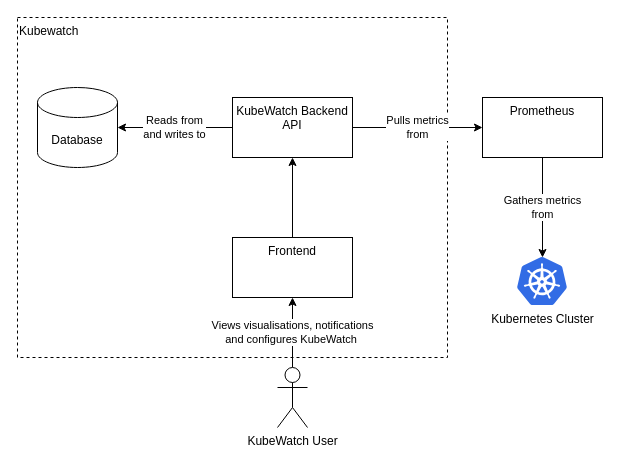
The draw.io diagram Documentation/src/02_product-documentation/Container_diagram.drawio in KubeWatch-Monitoring/KubeWatch, before the edit. Source tidied: cells renumbered, new cells numbered last; positions are measured from the earlier drawing's top-left corner, leaving out a move shared by most shapes. Both pictures are drawn from the tidied source at 100%, with x=0, y=0 at pixel (17, 17).
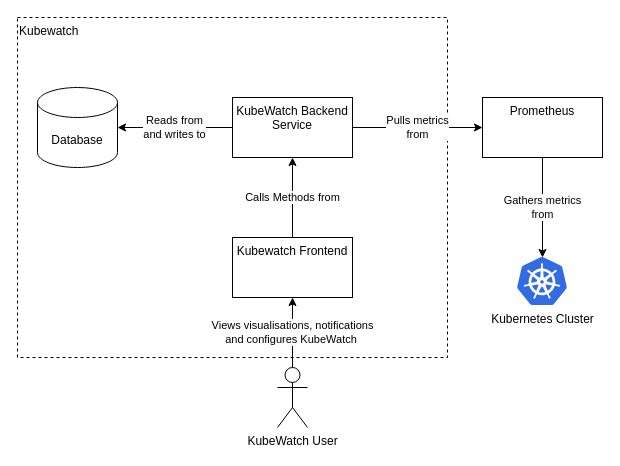
The same page after the edit.

Commit message (it also covers changes not shown here):
Change container-diagram for architecture

The edit, as a diff of the source:
```diff
@@
 <mxGraphModel>
   <root>
     <mxCell id="0" />
     <mxCell id="1" parent="0" />
     <mxCell id="2" value="Kubewatch" style="rounded=0;whiteSpace=wrap;html=1;dashed=1;fillColor=none;align=left;verticalAlign=top;" parent="1" vertex="1">
       <mxGeometry width="430" height="340" as="geometry" />
     </mxCell>
     <mxCell id="3" value="Views visualisations, notifications&lt;br&gt;and configures KubeWatch&amp;nbsp;" style="edgeStyle=orthogonalEdgeStyle;rounded=0;jettySize=auto;html=1;" parent="1" edge="1" source="4" target="11">
       <mxGeometry relative="1" as="geometry" />
     </mxCell>
     <mxCell id="4" value="KubeWatch User" style="shape=umlActor;verticalLabelPosition=bottom;verticalAlign=top;html=1;outlineConnect=0;" parent="1" vertex="1">
       <mxGeometry x="260" y="350" width="30" height="60" as="geometry" />
     </mxCell>
     <mxCell id="5" value="Pulls metrics&lt;br&gt;from" style="edgeStyle=orthogonalEdgeStyle;rounded=0;jettySize=auto;html=1;" parent="1" edge="1" source="6" target="8">
       <mxGeometry relative="1" as="geometry" />
     </mxCell>
-    <mxCell id="6" value="KubeWatch Backend API" style="whiteSpace=wrap;html=1;verticalAlign=top;" parent="1" vertex="1">
+    <mxCell id="6" value="KubeWatch Backend Service" style="whiteSpace=wrap;html=1;verticalAlign=top;" parent="1" vertex="1">
       <mxGeometry x="215" y="80" width="120" height="60" as="geometry" />
     </mxCell>
     <mxCell id="7" value="Gathers metrics&lt;br&gt;from" style="edgeStyle=orthogonalEdgeStyle;rounded=0;jettySize=auto;html=1;jumpStyle=none;targetPerimeterSpacing=0;spacingLeft=0;spacingRight=0;labelBorderColor=none;jumpSize=6;shadow=0;sketch=0;" parent="1" edge="1" source="8" target="9">
       <mxGeometry relative="1" as="geometry" />
     </mxCell>
     <mxCell id="8" value="Prometheus" style="whiteSpace=wrap;html=1;verticalAlign=top;" parent="1" vertex="1">
       <mxGeometry x="465" y="80" width="120" height="60" as="geometry" />
     </mxCell>
     <mxCell id="9" value="Kubernetes Cluster" style="sketch=0;html=1;points=[];align=center;image;fontSize=12;image=img/lib/mscae/Kubernetes.svg;" parent="1" vertex="1">
       <mxGeometry x="500" y="240" width="50" height="48" as="geometry" />
     </mxCell>
-    <mxCell id="10" style="edgeStyle=orthogonalEdgeStyle;rounded=0;sketch=0;jumpStyle=none;jumpSize=6;jettySize=auto;html=1;shadow=0;labelBorderColor=none;targetPerimeterSpacing=0;" parent="1" edge="1" source="11" target="6">
+    <mxCell id="10" value="Calls Methods from" style="edgeStyle=orthogonalEdgeStyle;rounded=0;sketch=0;jumpStyle=none;jumpSize=6;jettySize=auto;html=1;shadow=0;labelBorderColor=none;targetPerimeterSpacing=0;" parent="1" edge="1" source="11" target="6">
       <mxGeometry relative="1" as="geometry" />
     </mxCell>
-    <mxCell id="11" value="Frontend" style="whiteSpace=wrap;html=1;verticalAlign=top;" parent="1" vertex="1">
+    <mxCell id="11" value="Kubewatch Frontend" style="whiteSpace=wrap;html=1;verticalAlign=top;" parent="1" vertex="1">
       <mxGeometry x="215" y="220" width="120" height="60" as="geometry" />
     </mxCell>
     <mxCell id="12" value="Reads from&lt;br&gt;and writes to" style="edgeStyle=orthogonalEdgeStyle;rounded=0;sketch=0;jumpStyle=none;jumpSize=6;jettySize=auto;html=1;shadow=0;labelBorderColor=none;sourcePerimeterSpacing=0;" parent="1" edge="1" source="6" target="13">
       <mxGeometry relative="1" as="geometry" />
     </mxCell>
     <mxCell id="13" value="Database" style="shape=cylinder3;whiteSpace=wrap;html=1;boundedLbl=1;backgroundOutline=1;size=15;fillColor=none;" parent="1" vertex="1">
       <mxGeometry x="20" y="70" width="80" height="80" as="geometry" />
     </mxCell>
   </root>
 </mxGraphModel>
```
